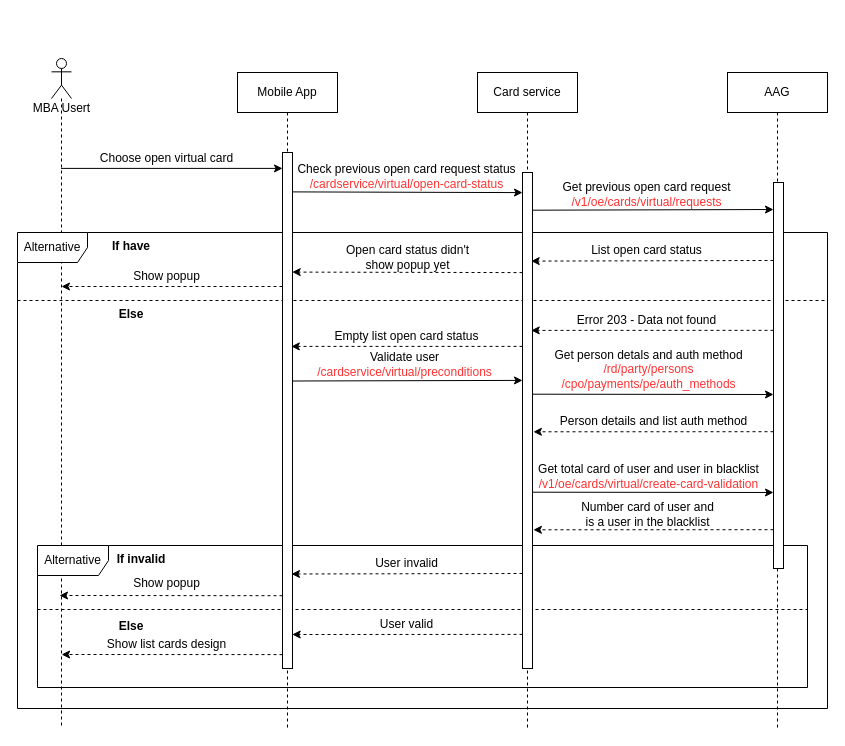
The draw.io diagram page "Open-card" (2 of 15) of Sequence Diagram.drawio in lyminh1994/diagram, before the edit. Source tidied: cells renumbered, new cells numbered last; positions are measured from the earlier drawing's top-left corner, leaving out a move shared by most shapes. Both pictures are drawn from the tidied source at 100%, with x=0, y=0 at pixel (17, 58).
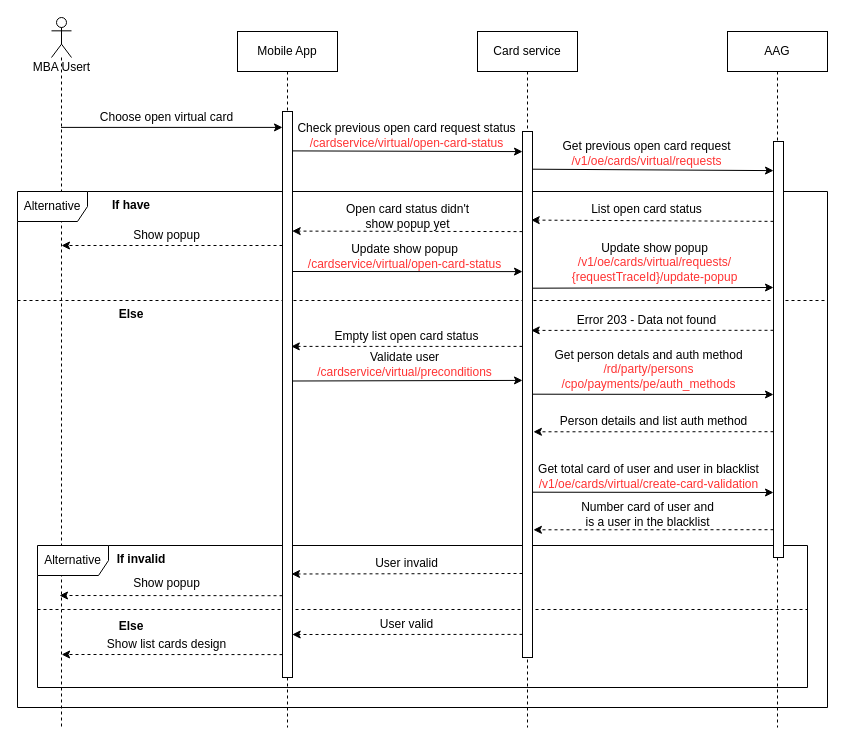
The same page after the edit.

Change to the diagram source:
```diff
@@
     <mxCell id="2" style="edgeStyle=none;rounded=0;orthogonalLoop=1;jettySize=auto;html=1;fontSize=12;entryX=0;entryY=0.034;entryDx=0;entryDy=0;entryPerimeter=0;" parent="1" edge="1">
       <mxGeometry relative="1" as="geometry">
-        <mxPoint x="43.5" y="109.9" as="sourcePoint" />
-        <mxPoint x="265" y="109.9" as="targetPoint" />
+        <mxPoint x="43.5" y="68.9" as="sourcePoint" />
+        <mxPoint x="265" y="68.9" as="targetPoint" />
       </mxGeometry>
     </mxCell>
     <mxCell id="3" value="MBA Usert" style="shape=umlLifeline;participant=umlActor;perimeter=lifelinePerimeter;html=1;verticalAlign=top;spacingTop=36;strokeColor=#000000;strokeWidth=1;fillColor=none;size=40;" parent="1" vertex="1">
-      <mxGeometry x="34" width="20" height="670" as="geometry" />
+      <mxGeometry x="34" y="-41" width="20" height="710" as="geometry" />
     </mxCell>
     <mxCell id="4" value="&lt;span&gt;Mobile App&lt;/span&gt;" style="shape=umlLifeline;perimeter=lifelinePerimeter;whiteSpace=wrap;html=1;rounded=0;shadow=0;strokeColor=#000000;strokeWidth=1;fillColor=none;verticalAlign=middle;" parent="1" vertex="1">
-      <mxGeometry x="220" y="14" width="100" height="656" as="geometry" />
+      <mxGeometry x="220" y="-27" width="100" height="696" as="geometry" />
     </mxCell>
     <mxCell id="5" value="&lt;span&gt;Card service&lt;/span&gt;" style="shape=umlLifeline;perimeter=lifelinePerimeter;whiteSpace=wrap;html=1;rounded=0;shadow=0;strokeColor=#000000;strokeWidth=1;fillColor=none;verticalAlign=middle;" parent="1" vertex="1">
-      <mxGeometry x="460" y="14" width="100" height="656" as="geometry" />
+      <mxGeometry x="460" y="-27" width="100" height="696" as="geometry" />
     </mxCell>
     <mxCell id="6" value="AAG" style="shape=umlLifeline;perimeter=lifelinePerimeter;whiteSpace=wrap;html=1;" parent="1" vertex="1">
-      <mxGeometry x="710" y="14" width="100" height="656" as="geometry" />
+      <mxGeometry x="710" y="-27" width="100" height="696" as="geometry" />
     </mxCell>
     <mxCell id="7" value="Alternative" style="shape=umlFrame;whiteSpace=wrap;html=1;fontSize=12;verticalAlign=middle;width=70;height=30;" parent="1" vertex="1">
-      <mxGeometry y="174" width="810" height="476" as="geometry" />
+      <mxGeometry y="133" width="810" height="516" as="geometry" />
     </mxCell>
@@
     <mxCell id="11" value="Choose open virtual card" style="text;html=1;align=center;verticalAlign=middle;strokeColor=none;fontSize=12;" parent="1" vertex="1">
-      <mxGeometry x="74" y="90" width="150" height="20" as="geometry" />
+      <mxGeometry x="74" y="49" width="150" height="20" as="geometry" />
     </mxCell>
@@
     <mxCell id="18" value="Check previous open card request status&lt;br&gt;&lt;font color=&quot;#ff3333&quot;&gt;/cardservice/virtual/open-card-status&lt;/font&gt;" style="text;html=1;align=center;verticalAlign=middle;strokeColor=none;fontSize=12;" parent="1" vertex="1">
-      <mxGeometry x="274.4" y="103" width="230" height="30" as="geometry" />
+      <mxGeometry x="274.4" y="62" width="230" height="30" as="geometry" />
     </mxCell>
     <mxCell id="19" value="Get previous open card request&lt;br&gt;&lt;font color=&quot;#ff3333&quot;&gt;/v1/oe/cards/virtual/requests&lt;/font&gt;" style="text;html=1;align=center;verticalAlign=middle;strokeColor=none;fontSize=12;" parent="1" vertex="1">
-      <mxGeometry x="539" y="121" width="180" height="30" as="geometry" />
+      <mxGeometry x="539" y="80" width="180" height="30" as="geometry" />
     </mxCell>
     <mxCell id="20" value="Show popup" style="text;html=1;align=center;verticalAlign=middle;strokeColor=none;fontSize=12;" parent="1" vertex="1">
-      <mxGeometry x="109" y="208" width="80" height="20" as="geometry" />
+      <mxGeometry x="109" y="167" width="80" height="20" as="geometry" />
     </mxCell>
     <mxCell id="21" value="List open card status" style="text;html=1;align=center;verticalAlign=middle;strokeColor=none;fontSize=12;" parent="1" vertex="1">
-      <mxGeometry x="564" y="182" width="130" height="20" as="geometry" />
+      <mxGeometry x="564" y="141" width="130" height="20" as="geometry" />
     </mxCell>
@@
     <mxCell id="24" style="edgeStyle=none;rounded=0;orthogonalLoop=1;jettySize=auto;html=1;entryX=0;entryY=0.039;entryDx=0;entryDy=0;entryPerimeter=0;fontSize=12;" parent="1" edge="1">
       <mxGeometry relative="1" as="geometry">
-        <mxPoint x="275" y="133.4" as="sourcePoint" />
-        <mxPoint x="505" y="134.1" as="targetPoint" />
+        <mxPoint x="275" y="92.4" as="sourcePoint" />
+        <mxPoint x="505" y="93.1" as="targetPoint" />
       </mxGeometry>
     </mxCell>
     <mxCell id="25" style="edgeStyle=none;rounded=0;orthogonalLoop=1;jettySize=auto;html=1;dashed=1;fontSize=12;exitX=0;exitY=0.241;exitDx=0;exitDy=0;exitPerimeter=0;" parent="1" edge="1">
       <mxGeometry relative="1" as="geometry">
-        <mxPoint x="265" y="228" as="sourcePoint" />
-        <mxPoint x="44" y="228" as="targetPoint" />
+        <mxPoint x="265" y="187" as="sourcePoint" />
+        <mxPoint x="44" y="187" as="targetPoint" />
       </mxGeometry>
     </mxCell>
@@
     <mxCell id="29" style="edgeStyle=none;rounded=0;jettySize=auto;html=1;entryX=0;entryY=0.07;entryDx=0;entryDy=0;entryPerimeter=0;fontSize=12;" parent="1" edge="1" target="36">
       <mxGeometry relative="1" as="geometry">
-        <mxPoint x="515" y="151.7" as="sourcePoint" />
+        <mxPoint x="515" y="110.7" as="sourcePoint" />
       </mxGeometry>
     </mxCell>
-    <mxCell id="30" style="edgeStyle=none;rounded=0;jettySize=auto;html=1;entryX=0.971;entryY=0.165;entryDx=0;entryDy=0;entryPerimeter=0;dashed=1;fontSize=12;exitX=0;exitY=0.202;exitDx=0;exitDy=0;exitPerimeter=0;" parent="1" edge="1" source="36">
+    <mxCell id="30" style="edgeStyle=none;rounded=0;jettySize=auto;html=1;entryX=0.971;entryY=0.165;entryDx=0;entryDy=0;entryPerimeter=0;dashed=1;fontSize=12;exitX=0;exitY=0.192;exitDx=0;exitDy=0;exitPerimeter=0;" parent="1" edge="1" source="36">
       <mxGeometry relative="1" as="geometry">
-        <mxPoint x="513.7" y="202.6" as="targetPoint" />
+        <mxPoint x="513.7" y="161.6" as="targetPoint" />
       </mxGeometry>
     </mxCell>
-    <mxCell id="31" style="edgeStyle=none;rounded=0;jettySize=auto;html=1;entryX=0.971;entryY=0.238;entryDx=0;entryDy=0;entryPerimeter=0;dashed=1;fontSize=12;exitX=0;exitY=0.383;exitDx=0;exitDy=0;exitPerimeter=0;" parent="1" edge="1" source="36">
+    <mxCell id="31" style="edgeStyle=none;rounded=0;orthogonalLoop=1;jettySize=auto;html=1;entryX=0.971;entryY=0.238;entryDx=0;entryDy=0;entryPerimeter=0;dashed=1;fontSize=12;exitX=0;exitY=0.383;exitDx=0;exitDy=0;exitPerimeter=0;" parent="1" edge="1">
       <mxGeometry relative="1" as="geometry">
+        <mxPoint x="756" y="271.8" as="sourcePoint" />
         <mxPoint x="513.7" y="271.9" as="targetPoint" />
       </mxGeometry>
     </mxCell>
@@
     <mxCell id="36" style="html=1;points=[];perimeter=orthogonalPerimeter;fontSize=12;verticalAlign=middle;" parent="1" vertex="1">
-      <mxGeometry x="756" y="124" width="10" height="386" as="geometry" />
+      <mxGeometry x="756" y="83" width="10" height="416" as="geometry" />
     </mxCell>
     <mxCell id="37" value="If have" style="text;align=center;fontStyle=1;verticalAlign=middle;spacingLeft=3;spacingRight=3;strokeColor=none;dashed=1;fontSize=12;" parent="1" vertex="1">
-      <mxGeometry x="74" y="174" width="80" height="26" as="geometry" />
+      <mxGeometry x="74" y="133" width="80" height="26" as="geometry" />
     </mxCell>
@@
     <mxCell id="41" value="Open card status didn't&lt;br&gt;show popup yet" style="text;html=1;align=center;verticalAlign=middle;strokeColor=none;fontSize=12;" parent="1" vertex="1">
-      <mxGeometry x="320" y="184" width="140" height="30" as="geometry" />
+      <mxGeometry x="320" y="143" width="140" height="30" as="geometry" />
     </mxCell>
     <mxCell id="42" style="edgeStyle=none;rounded=0;orthogonalLoop=1;jettySize=auto;html=1;entryX=0.971;entryY=0.165;entryDx=0;entryDy=0;entryPerimeter=0;dashed=1;fontSize=12;exitX=0;exitY=0.194;exitDx=0;exitDy=0;exitPerimeter=0;" parent="1" edge="1">
       <mxGeometry relative="1" as="geometry">
-        <mxPoint x="505" y="214.1" as="sourcePoint" />
-        <mxPoint x="274.7" y="213.6" as="targetPoint" />
+        <mxPoint x="505" y="173.1" as="sourcePoint" />
+        <mxPoint x="274.7" y="172.6" as="targetPoint" />
       </mxGeometry>
     </mxCell>
@@
     <mxCell id="45" style="html=1;perimeter=orthogonalPerimeter;fontSize=12;verticalAlign=middle;" parent="1" vertex="1">
-      <mxGeometry x="265" y="94" width="10" height="516" as="geometry" />
+      <mxGeometry x="265" y="53" width="10" height="566" as="geometry" />
     </mxCell>
     <mxCell id="46" style="html=1;perimeter=orthogonalPerimeter;fontSize=12;verticalAlign=middle;" parent="1" vertex="1">
-      <mxGeometry x="505" y="114" width="10" height="496" as="geometry" />
+      <mxGeometry x="505" y="73" width="10" height="526" as="geometry" />
     </mxCell>
@@
+    <mxCell id="51" style="edgeStyle=none;rounded=0;orthogonalLoop=1;jettySize=auto;html=1;entryX=0;entryY=0.253;entryDx=0;entryDy=0;entryPerimeter=0;fontSize=12;" parent="1" edge="1">
+      <mxGeometry relative="1" as="geometry">
+        <mxPoint x="275" y="213" as="sourcePoint" />
+        <mxPoint x="505" y="213.1" as="targetPoint" />
+      </mxGeometry>
+    </mxCell>
+    <mxCell id="52" value="Update show popup&lt;br&gt;&lt;span style=&quot;color: rgb(255 , 51 , 51)&quot;&gt;/cardservice/virtual/open-card-status&lt;/span&gt;" style="text;html=1;align=center;verticalAlign=middle;strokeColor=none;fontSize=12;" parent="1" vertex="1">
+      <mxGeometry x="282.4" y="183" width="210" height="30" as="geometry" />
+    </mxCell>
+    <mxCell id="53" value="Update show popup&lt;br&gt;&lt;font color=&quot;#ff3333&quot;&gt;/v1/oe/cards/virtual/requests/&lt;br&gt;{requestTraceId}/update-popup&lt;/font&gt;" style="text;html=1;align=center;verticalAlign=middle;strokeColor=none;fontSize=12;" parent="1" vertex="1">
+      <mxGeometry x="547" y="179" width="180" height="50" as="geometry" />
+    </mxCell>
+    <mxCell id="54" style="edgeStyle=none;rounded=0;orthogonalLoop=1;jettySize=auto;html=1;entryX=0;entryY=0.07;entryDx=0;entryDy=0;entryPerimeter=0;fontSize=12;" parent="1" edge="1">
+      <mxGeometry relative="1" as="geometry">
+        <mxPoint x="515" y="229.7" as="sourcePoint" />
+        <mxPoint x="756" y="229" as="targetPoint" />
+      </mxGeometry>
+    </mxCell>
```
